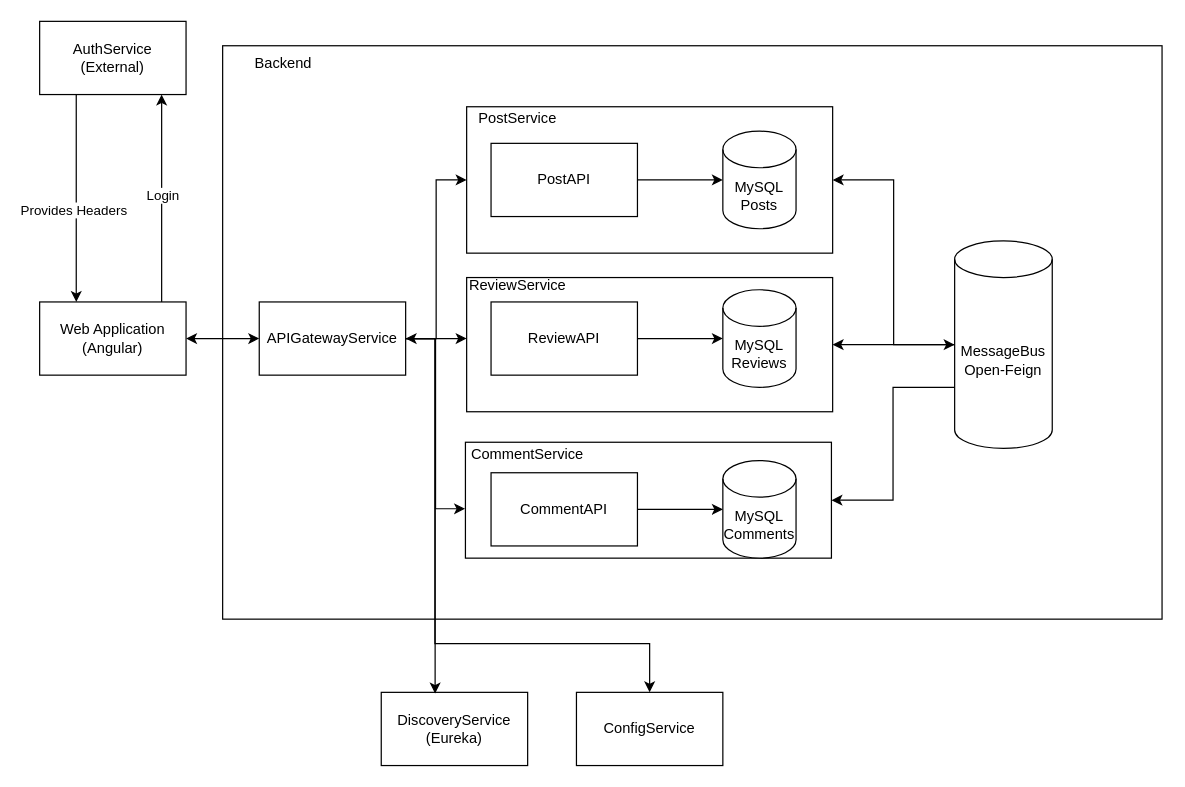
Before: architecture/Architecture.drawio in pxlit-projects/project-ThimoGubbelsPXL, a draw.io diagram. Source tidied: cells renumbered, new cells numbered last; positions are measured from the earlier drawing's top-left corner, leaving out a move shared by most shapes. Both pictures are drawn from the tidied source at 122%, with x=0, y=0 at pixel (39, 21).
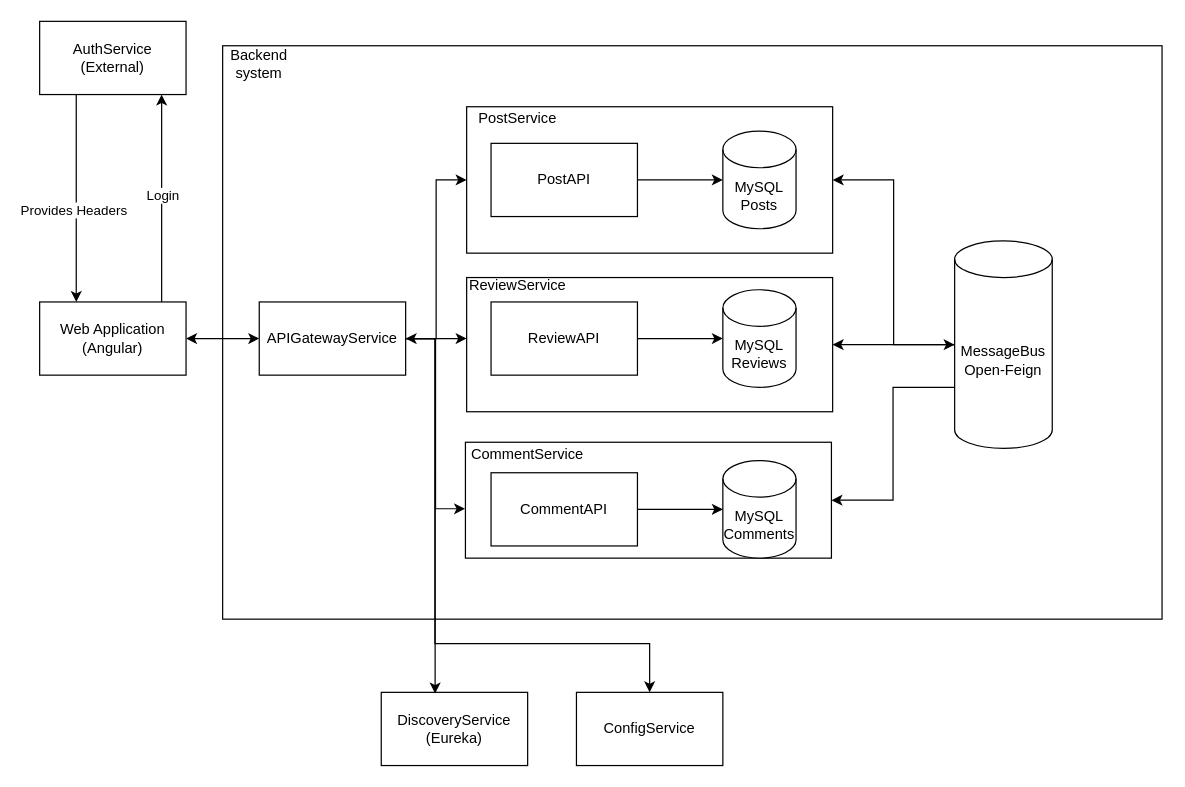
Above is the later version.

What changed in the source:
```diff
@@
-    <mxCell id="31" value="Backend" style="text;html=1;strokeColor=none;fillColor=none;align=center;verticalAlign=middle;whiteSpace=wrap;rounded=0;" parent="1" vertex="1">
-      <mxGeometry x="170" y="20" width="60" height="30" as="geometry" />
+    <mxCell id="31" value="Backend system" style="text;html=1;strokeColor=none;fillColor=none;align=center;verticalAlign=middle;whiteSpace=wrap;rounded=0;" parent="1" vertex="1">
+      <mxGeometry x="150" y="20" width="60" height="30" as="geometry" />
     </mxCell>
```
